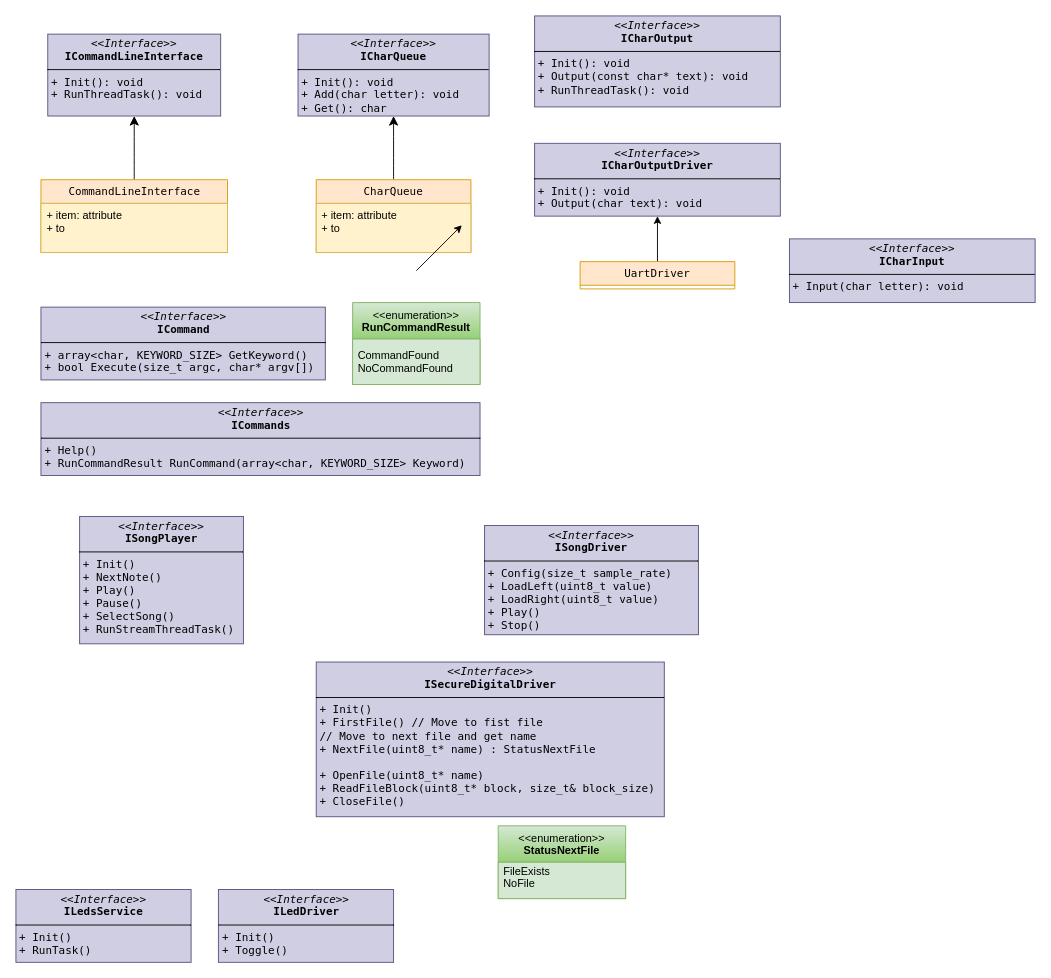
Before: docs/Music_Player.drawio in Hitthesurf/music_player, a draw.io diagram. Source tidied: cells renumbered, new cells numbered last; positions are measured from the earlier drawing's top-left corner, leaving out a move shared by most shapes. Both pictures are drawn from the tidied source at 91%, with x=0, y=0 at pixel (15, 15).
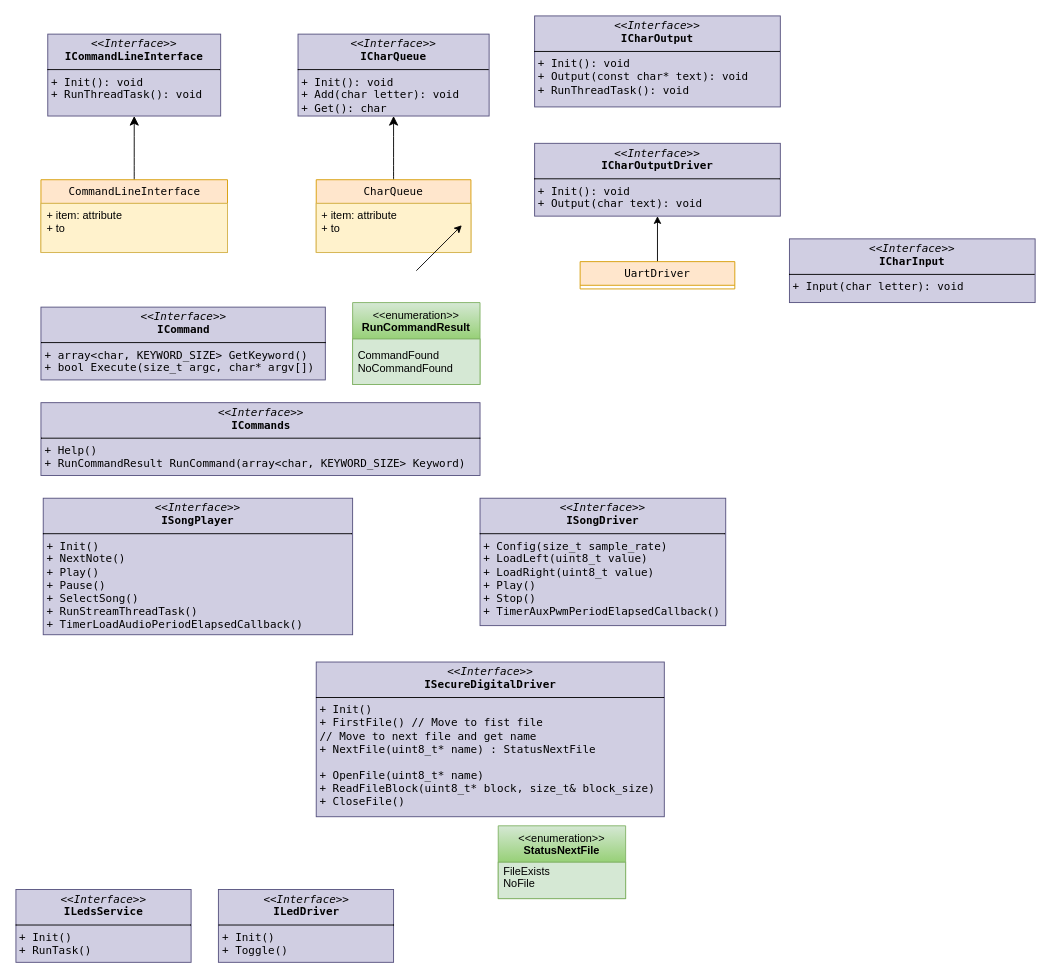
Above is the later version.

What changed in the source:
```diff
@@
-    <mxCell id="14" value="&lt;p style=&quot;margin:0px;margin-top:4px;text-align:center;&quot;&gt;&lt;i&gt;&amp;lt;&amp;lt;Interface&amp;gt;&amp;gt;&lt;/i&gt;&lt;br&gt;&lt;b style=&quot;&quot;&gt;&lt;font&gt;ISongPlayer&lt;/font&gt;&lt;/b&gt;&lt;/p&gt;&lt;hr style=&quot;border-style:solid;&quot; size=&quot;1&quot;&gt;&lt;p style=&quot;margin:0px;margin-left:4px;&quot;&gt;&lt;font&gt;+ Init()&lt;/font&gt;&lt;/p&gt;&lt;p style=&quot;margin:0px;margin-left:4px;&quot;&gt;&lt;font&gt;+ NextNote()&lt;/font&gt;&lt;/p&gt;&lt;p style=&quot;margin:0px;margin-left:4px;&quot;&gt;&lt;font&gt;+&amp;nbsp;&lt;/font&gt;&lt;span style=&quot;background-color: transparent; color: light-dark(rgb(0, 0, 0), rgb(255, 255, 255));&quot;&gt;Play()&lt;/span&gt;&lt;/p&gt;&lt;p style=&quot;margin:0px;margin-left:4px;&quot;&gt;&lt;font&gt;+ Pause(&lt;/font&gt;&lt;span style=&quot;background-color: transparent; color: light-dark(rgb(0, 0, 0), rgb(255, 255, 255));&quot;&gt;)&lt;/span&gt;&lt;/p&gt;&lt;p style=&quot;margin:0px;margin-left:4px;&quot;&gt;&lt;span style=&quot;background-color: transparent; color: light-dark(rgb(0, 0, 0), rgb(255, 255, 255));&quot;&gt;+ SelectSong()&lt;/span&gt;&lt;/p&gt;&lt;p style=&quot;margin:0px;margin-left:4px;&quot;&gt;&lt;span style=&quot;background-color: transparent; color: light-dark(rgb(0, 0, 0), rgb(255, 255, 255));&quot;&gt;+ RunStreamThreadTask()&lt;/span&gt;&lt;/p&gt;" style="verticalAlign=top;align=left;overflow=fill;html=1;whiteSpace=wrap;fillColor=#d0cee2;strokeColor=#56517e;fontFamily=Lucida Console;" parent="1" vertex="1">
-      <mxGeometry x="70" y="550" width="180" height="140" as="geometry" />
+    <mxCell id="14" value="&lt;p style=&quot;margin:0px;margin-top:4px;text-align:center;&quot;&gt;&lt;i&gt;&amp;lt;&amp;lt;Interface&amp;gt;&amp;gt;&lt;/i&gt;&lt;br&gt;&lt;b style=&quot;&quot;&gt;&lt;font&gt;ISongPlayer&lt;/font&gt;&lt;/b&gt;&lt;/p&gt;&lt;hr style=&quot;border-style:solid;&quot; size=&quot;1&quot;&gt;&lt;p style=&quot;margin:0px;margin-left:4px;&quot;&gt;&lt;font&gt;+ Init()&lt;/font&gt;&lt;/p&gt;&lt;p style=&quot;margin:0px;margin-left:4px;&quot;&gt;&lt;font&gt;+ NextNote()&lt;/font&gt;&lt;/p&gt;&lt;p style=&quot;margin:0px;margin-left:4px;&quot;&gt;&lt;font&gt;+&amp;nbsp;&lt;/font&gt;&lt;span style=&quot;background-color: transparent; color: light-dark(rgb(0, 0, 0), rgb(255, 255, 255));&quot;&gt;Play()&lt;/span&gt;&lt;/p&gt;&lt;p style=&quot;margin:0px;margin-left:4px;&quot;&gt;&lt;font&gt;+ Pause(&lt;/font&gt;&lt;span style=&quot;background-color: transparent; color: light-dark(rgb(0, 0, 0), rgb(255, 255, 255));&quot;&gt;)&lt;/span&gt;&lt;/p&gt;&lt;p style=&quot;margin:0px;margin-left:4px;&quot;&gt;&lt;span style=&quot;background-color: transparent; color: light-dark(rgb(0, 0, 0), rgb(255, 255, 255));&quot;&gt;+ SelectSong()&lt;/span&gt;&lt;/p&gt;&lt;p style=&quot;margin:0px;margin-left:4px;&quot;&gt;&lt;span style=&quot;background-color: transparent; color: light-dark(rgb(0, 0, 0), rgb(255, 255, 255));&quot;&gt;+ RunStreamThreadTask()&lt;/span&gt;&lt;/p&gt;&lt;p style=&quot;margin:0px;margin-left:4px;&quot;&gt;&lt;span style=&quot;background-color: transparent; color: light-dark(rgb(0, 0, 0), rgb(255, 255, 255));&quot;&gt;+ TimerLoadAudioPeriodElapsedCallback()&lt;/span&gt;&lt;/p&gt;&lt;p style=&quot;margin:0px;margin-left:4px;&quot;&gt;&lt;br&gt;&lt;/p&gt;" style="verticalAlign=top;align=left;overflow=fill;html=1;whiteSpace=wrap;fillColor=#d0cee2;strokeColor=#56517e;fontFamily=Lucida Console;" parent="1" vertex="1">
+      <mxGeometry x="30" y="530" width="340" height="150" as="geometry" />
     </mxCell>
-    <mxCell id="15" value="&lt;p style=&quot;margin:0px;margin-top:4px;text-align:center;&quot;&gt;&lt;i&gt;&amp;lt;&amp;lt;Interface&amp;gt;&amp;gt;&lt;/i&gt;&lt;br&gt;&lt;b style=&quot;&quot;&gt;&lt;font&gt;ISongDriver&lt;/font&gt;&lt;/b&gt;&lt;/p&gt;&lt;hr style=&quot;border-style:solid;&quot; size=&quot;1&quot;&gt;&lt;p style=&quot;margin:0px;margin-left:4px;&quot;&gt;&lt;font&gt;+ Config(size_t sample_rate)&lt;/font&gt;&lt;/p&gt;&lt;p style=&quot;margin:0px;margin-left:4px;&quot;&gt;&lt;font&gt;+ LoadLeft(uint8_t value)&lt;/font&gt;&lt;/p&gt;&lt;p style=&quot;margin:0px;margin-left:4px;&quot;&gt;&lt;font&gt;+ LoadRight&lt;/font&gt;&lt;span style=&quot;background-color: transparent; color: light-dark(rgb(0, 0, 0), rgb(255, 255, 255));&quot;&gt;(uint8_t value)&lt;/span&gt;&lt;/p&gt;&lt;p style=&quot;margin:0px;margin-left:4px;&quot;&gt;&lt;font&gt;+ Play(&lt;/font&gt;&lt;span style=&quot;background-color: transparent; color: light-dark(rgb(0, 0, 0), rgb(255, 255, 255));&quot;&gt;)&lt;/span&gt;&lt;/p&gt;&lt;p style=&quot;margin:0px;margin-left:4px;&quot;&gt;&lt;span style=&quot;background-color: transparent; color: light-dark(rgb(0, 0, 0), rgb(255, 255, 255));&quot;&gt;+ Stop()&lt;/span&gt;&lt;/p&gt;" style="verticalAlign=top;align=left;overflow=fill;html=1;whiteSpace=wrap;fillColor=#d0cee2;strokeColor=#56517e;fontFamily=Lucida Console;" parent="1" vertex="1">
-      <mxGeometry x="515" y="560" width="235" height="120" as="geometry" />
+    <mxCell id="15" value="&lt;p style=&quot;margin:0px;margin-top:4px;text-align:center;&quot;&gt;&lt;i&gt;&amp;lt;&amp;lt;Interface&amp;gt;&amp;gt;&lt;/i&gt;&lt;br&gt;&lt;b style=&quot;&quot;&gt;&lt;font&gt;ISongDriver&lt;/font&gt;&lt;/b&gt;&lt;/p&gt;&lt;hr style=&quot;border-style:solid;&quot; size=&quot;1&quot;&gt;&lt;p style=&quot;margin:0px;margin-left:4px;&quot;&gt;&lt;font&gt;+ Config(size_t sample_rate)&lt;/font&gt;&lt;/p&gt;&lt;p style=&quot;margin:0px;margin-left:4px;&quot;&gt;&lt;font&gt;+ LoadLeft(uint8_t value)&lt;/font&gt;&lt;/p&gt;&lt;p style=&quot;margin:0px;margin-left:4px;&quot;&gt;&lt;font&gt;+ LoadRight&lt;/font&gt;&lt;span style=&quot;background-color: transparent; color: light-dark(rgb(0, 0, 0), rgb(255, 255, 255));&quot;&gt;(uint8_t value)&lt;/span&gt;&lt;/p&gt;&lt;p style=&quot;margin:0px;margin-left:4px;&quot;&gt;&lt;font&gt;+ Play(&lt;/font&gt;&lt;span style=&quot;background-color: transparent; color: light-dark(rgb(0, 0, 0), rgb(255, 255, 255));&quot;&gt;)&lt;/span&gt;&lt;/p&gt;&lt;p style=&quot;margin:0px;margin-left:4px;&quot;&gt;&lt;span style=&quot;background-color: transparent; color: light-dark(rgb(0, 0, 0), rgb(255, 255, 255));&quot;&gt;+ Stop()&lt;/span&gt;&lt;/p&gt;&lt;p style=&quot;margin:0px;margin-left:4px;&quot;&gt;&lt;span style=&quot;background-color: transparent; color: light-dark(rgb(0, 0, 0), rgb(255, 255, 255));&quot;&gt;+ TimerAuxPwmPeriodElapsedCallback()&lt;/span&gt;&lt;/p&gt;" style="verticalAlign=top;align=left;overflow=fill;html=1;whiteSpace=wrap;fillColor=#d0cee2;strokeColor=#56517e;fontFamily=Lucida Console;" parent="1" vertex="1">
+      <mxGeometry x="510" y="530" width="270" height="140" as="geometry" />
     </mxCell>
```
